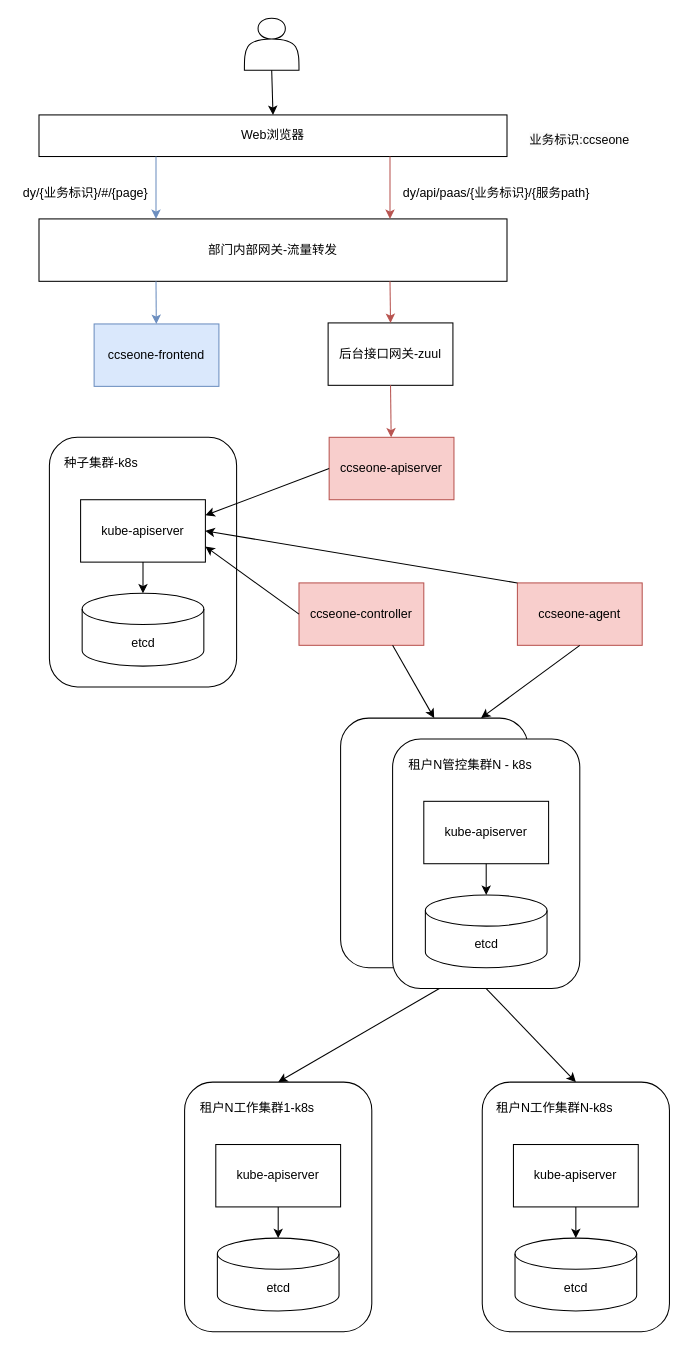
Above: page "网关接入" (2 of 3) of drawio/安全审查.drawio in Tiny-VS-Lina/ccse (draw.io), before the change. Source tidied: cells renumbered, new cells numbered last; positions are measured from the earlier drawing's top-left corner, leaving out a move shared by most shapes. Both pictures are drawn from the tidied source at 104%, with x=0, y=0 at pixel (18, 18).
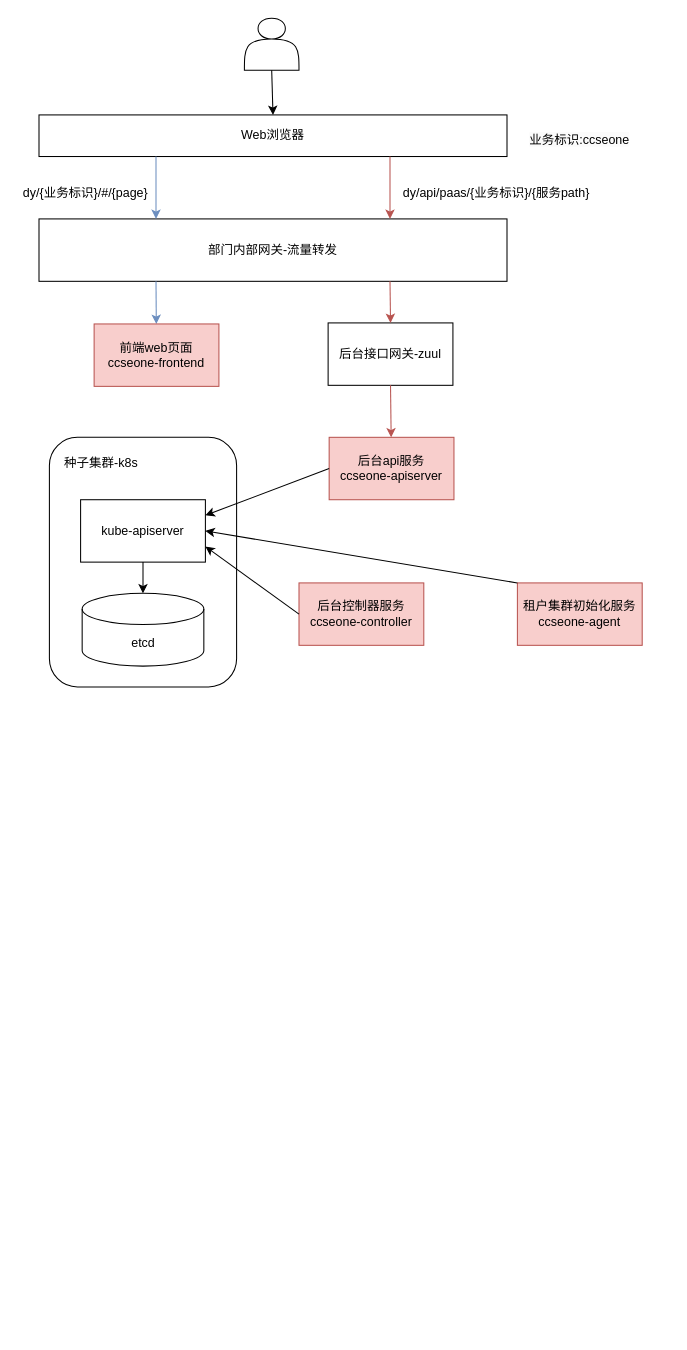
Above is the later version.

Commit message:
更新安全审查.drawio

Diff of the diagram source:
```diff
@@
-    <mxCell id="9" value="ccseone-frontend" style="rounded=0;whiteSpace=wrap;html=1;fillColor=#dae8fc;strokeColor=#6c8ebf;" parent="1" vertex="1">
+    <mxCell id="9" value="前端web页面&lt;br&gt;ccseone-frontend" style="rounded=0;whiteSpace=wrap;html=1;fillColor=#f8cecc;strokeColor=#b85450;" parent="1" vertex="1">
       <mxGeometry x="73" y="294" width="120" height="60" as="geometry" />
     </mxCell>
@@
-    <mxCell id="15" value="ccseone-apiserver" style="rounded=0;whiteSpace=wrap;html=1;fillColor=#f8cecc;strokeColor=#b85450;" parent="1" vertex="1">
+    <mxCell id="15" value="后台api服务&lt;br&gt;ccseone-apiserver" style="rounded=0;whiteSpace=wrap;html=1;fillColor=#f8cecc;strokeColor=#b85450;" parent="1" vertex="1">
       <mxGeometry x="299" y="403" width="120" height="60" as="geometry" />
     </mxCell>
@@
-    <mxCell id="22" value="ccseone-controller" style="rounded=0;whiteSpace=wrap;html=1;fillColor=#f8cecc;strokeColor=#b85450;" parent="1" vertex="1">
+    <mxCell id="22" value="后台控制器服务&lt;br&gt;ccseone-controller" style="rounded=0;whiteSpace=wrap;html=1;fillColor=#f8cecc;strokeColor=#b85450;" parent="1" vertex="1">
       <mxGeometry x="270" y="543" width="120" height="60" as="geometry" />
     </mxCell>
-    <mxCell id="23" value="ccseone-agent" style="rounded=0;whiteSpace=wrap;html=1;fillColor=#f8cecc;strokeColor=#b85450;" parent="1" vertex="1">
+    <mxCell id="23" value="租户集群初始化服务&lt;br&gt;ccseone-agent" style="rounded=0;whiteSpace=wrap;html=1;fillColor=#f8cecc;strokeColor=#b85450;" parent="1" vertex="1">
       <mxGeometry x="480" y="543" width="120" height="60" as="geometry" />
     </mxCell>
@@
-    <mxCell id="26" style="endArrow=classic;html=1;rounded=0;exitX=0.75;exitY=1;exitDx=0;exitDy=0;entryX=0.5;entryY=0;entryDx=0;entryDy=0;" parent="1" edge="1" source="22" target="44">
-      <mxGeometry relative="1" as="geometry" />
-    </mxCell>
-    <mxCell id="27" style="endArrow=classic;html=1;rounded=0;exitX=0.5;exitY=1;exitDx=0;exitDy=0;entryX=0.75;entryY=0;entryDx=0;entryDy=0;" parent="1" edge="1" source="23" target="44">
-      <mxGeometry relative="1" as="geometry" />
-    </mxCell>
@@
-    <mxCell id="29" style="endArrow=classic;html=1;rounded=0;exitX=0.25;exitY=1;exitDx=0;exitDy=0;entryX=0.5;entryY=0;entryDx=0;entryDy=0;" parent="1" edge="1" source="45" target="38">
-      <mxGeometry relative="1" as="geometry" />
-    </mxCell>
-    <mxCell id="30" style="endArrow=classic;html=1;rounded=0;exitX=0.5;exitY=1;exitDx=0;exitDy=0;entryX=0.5;entryY=0;entryDx=0;entryDy=0;" parent="1" edge="1" source="45" target="32">
-      <mxGeometry relative="1" as="geometry" />
-    </mxCell>
-    <mxCell id="31" style="group;" parent="1" vertex="1">
-      <mxGeometry x="446.2" y="1023" width="180" height="240" as="geometry" />
-    </mxCell>
-    <mxCell id="32" style="rounded=1;whiteSpace=wrap;html=1;" parent="31" vertex="1">
-      <mxGeometry width="180" height="240" as="geometry" />
-    </mxCell>
-    <mxCell id="33" value="kube-apiserver" style="rounded=0;whiteSpace=wrap;html=1;" parent="31" vertex="1">
-      <mxGeometry x="30" y="60" width="120" height="60" as="geometry" />
-    </mxCell>
-    <mxCell id="34" value="etcd" style="shape=cylinder3;whiteSpace=wrap;html=1;boundedLbl=1;backgroundOutline=1;size=15;" parent="31" vertex="1">
-      <mxGeometry x="31.5" y="150" width="117" height="70" as="geometry" />
-    </mxCell>
-    <mxCell id="35" style="endArrow=classic;html=1;rounded=0;exitX=0.5;exitY=1;exitDx=0;exitDy=0;" parent="31" edge="1" source="33" target="34">
-      <mxGeometry relative="1" as="geometry" />
-    </mxCell>
-    <mxCell id="36" value="租户N工作集群N-k8s" style="text;html=1;strokeColor=none;fillColor=none;align=center;verticalAlign=middle;whiteSpace=wrap;rounded=0;" parent="31" vertex="1">
-      <mxGeometry x="10" y="10" width="120" height="30" as="geometry" />
-    </mxCell>
-    <mxCell id="37" style="group;" parent="1" vertex="1">
-      <mxGeometry x="160" y="1023" width="180" height="240" as="geometry" />
-    </mxCell>
-    <mxCell id="38" style="rounded=1;whiteSpace=wrap;html=1;" parent="37" vertex="1">
-      <mxGeometry width="180" height="240" as="geometry" />
-    </mxCell>
-    <mxCell id="39" value="kube-apiserver" style="rounded=0;whiteSpace=wrap;html=1;" parent="37" vertex="1">
-      <mxGeometry x="30" y="60" width="120" height="60" as="geometry" />
-    </mxCell>
-    <mxCell id="40" value="etcd" style="shape=cylinder3;whiteSpace=wrap;html=1;boundedLbl=1;backgroundOutline=1;size=15;" parent="37" vertex="1">
-      <mxGeometry x="31.5" y="150" width="117" height="70" as="geometry" />
-    </mxCell>
-    <mxCell id="41" style="endArrow=classic;html=1;rounded=0;exitX=0.5;exitY=1;exitDx=0;exitDy=0;" parent="37" edge="1" source="39" target="40">
-      <mxGeometry relative="1" as="geometry" />
-    </mxCell>
-    <mxCell id="42" value="租户N工作集群1-k8s" style="text;html=1;strokeColor=none;fillColor=none;align=center;verticalAlign=middle;whiteSpace=wrap;rounded=0;" parent="37" vertex="1">
-      <mxGeometry x="10" y="10" width="120" height="30" as="geometry" />
-    </mxCell>
-    <mxCell id="43" style="group;" parent="1" vertex="1">
-      <mxGeometry x="310" y="673" width="230" height="260" as="geometry" />
-    </mxCell>
-    <mxCell id="44" style="rounded=1;whiteSpace=wrap;html=1;" parent="43" vertex="1">
-      <mxGeometry width="180" height="240" as="geometry" />
-    </mxCell>
-    <mxCell id="45" style="rounded=1;whiteSpace=wrap;html=1;" parent="43" vertex="1">
-      <mxGeometry x="50" y="20" width="180" height="240" as="geometry" />
-    </mxCell>
-    <mxCell id="46" value="kube-apiserver" style="rounded=0;whiteSpace=wrap;html=1;" parent="43" vertex="1">
-      <mxGeometry x="80" y="80" width="120" height="60" as="geometry" />
-    </mxCell>
-    <mxCell id="47" value="etcd" style="shape=cylinder3;whiteSpace=wrap;html=1;boundedLbl=1;backgroundOutline=1;size=15;" parent="43" vertex="1">
-      <mxGeometry x="81.5" y="170" width="117" height="70" as="geometry" />
-    </mxCell>
-    <mxCell id="48" style="endArrow=classic;html=1;rounded=0;exitX=0.5;exitY=1;exitDx=0;exitDy=0;" parent="43" edge="1" source="46" target="47">
-      <mxGeometry relative="1" as="geometry" />
-    </mxCell>
-    <mxCell id="49" value="租户N管控集群N - k8s" style="text;html=1;strokeColor=none;fillColor=none;align=center;verticalAlign=middle;whiteSpace=wrap;rounded=0;" parent="43" vertex="1">
-      <mxGeometry x="60" y="30" width="130" height="30" as="geometry" />
-    </mxCell>
```
